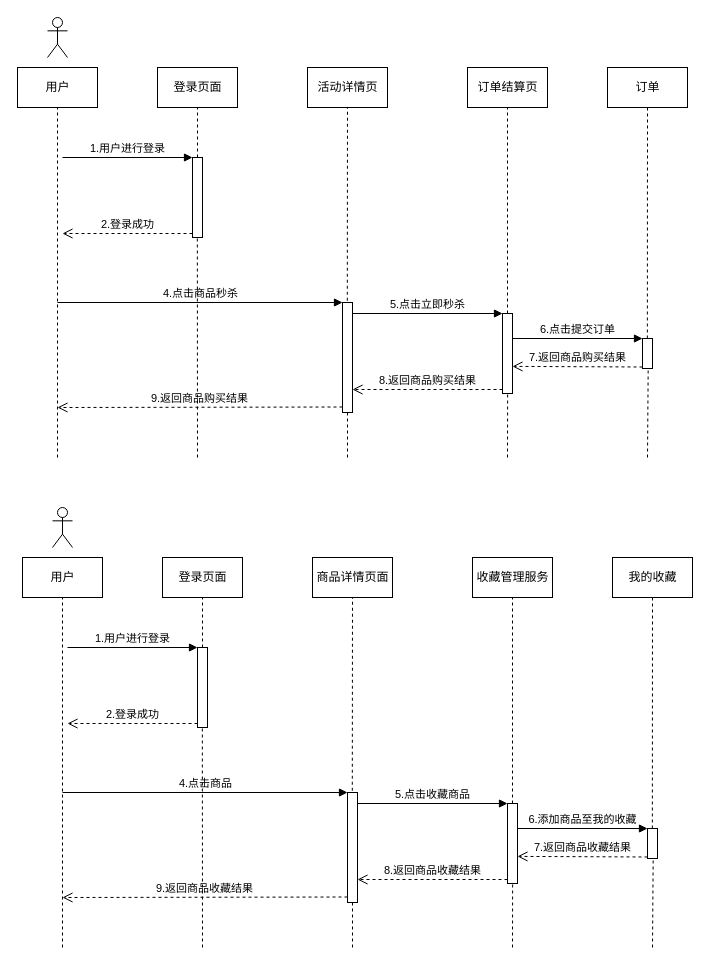
hongkingking/hkk keeps this draw.io diagram as page "Page-25" (20 of 23) of Untitled Diagram.drawio. Above is the earlier version. Source tidied: cells renumbered, new cells numbered last; positions are measured from the earlier drawing's top-left corner, leaving out a move shared by most shapes. Both pictures are drawn from the tidied source at 100%, with x=0, y=0 at pixel (17, 17).
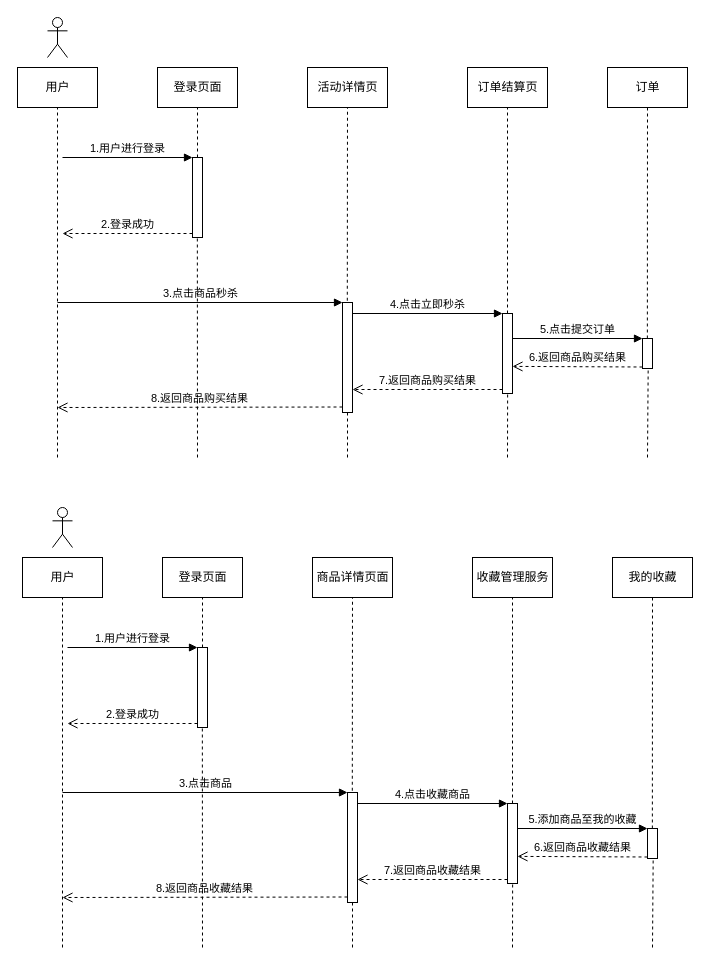
Above is the later version.

Unchanged cells that the change refers to:
```xml
<mxCell id="10" style="html=1;points=[];perimeter=orthogonalPerimeter;strokeWidth=1;" parent="1" vertex="1">
  <mxGeometry x="630" y="811" width="10" height="30" as="geometry" />
</mxCell>
<mxCell id="13" style="html=1;points=[];perimeter=orthogonalPerimeter;strokeWidth=1;" parent="1" vertex="1">
  <mxGeometry x="330" y="775" width="10" height="110" as="geometry" />
</mxCell>
<mxCell id="16" style="html=1;points=[];perimeter=orthogonalPerimeter;strokeWidth=1;" parent="1" vertex="1">
  <mxGeometry x="490" y="786" width="10" height="80" as="geometry" />
</mxCell>
<mxCell id="37" style="html=1;points=[];perimeter=orthogonalPerimeter;strokeWidth=1;" parent="1" vertex="1">
  <mxGeometry x="625" y="321" width="10" height="30" as="geometry" />
</mxCell>
<mxCell id="40" style="html=1;points=[];perimeter=orthogonalPerimeter;strokeWidth=1;" parent="1" vertex="1">
  <mxGeometry x="325" y="285" width="10" height="110" as="geometry" />
</mxCell>
<mxCell id="43" style="html=1;points=[];perimeter=orthogonalPerimeter;strokeWidth=1;" parent="1" vertex="1">
  <mxGeometry x="485" y="296" width="10" height="80" as="geometry" />
</mxCell>
```

Change to the diagram source:
```diff
@@
-    <mxCell id="11" value="6.添加商品至我的收藏" style="html=1;verticalAlign=bottom;endArrow=block;entryX=0;entryY=0;rounded=0;" parent="1" edge="1" target="10">
+    <mxCell id="11" value="5.添加商品至我的收藏" style="html=1;verticalAlign=bottom;endArrow=block;entryX=0;entryY=0;rounded=0;" parent="1" edge="1" target="10">
       <mxGeometry relative="1" as="geometry">
         <mxPoint x="500" y="811" as="sourcePoint" />
       </mxGeometry>
     </mxCell>
-    <mxCell id="12" value="7.返回商品收藏结果" style="html=1;verticalAlign=bottom;endArrow=open;dashed=1;endSize=8;exitX=0;exitY=0.95;rounded=0;entryX=0.996;entryY=0.449;entryDx=0;entryDy=0;entryPerimeter=0;" parent="1" edge="1" source="10">
+    <mxCell id="12" value="6.返回商品收藏结果" style="html=1;verticalAlign=bottom;endArrow=open;dashed=1;endSize=8;exitX=0;exitY=0.95;rounded=0;entryX=0.996;entryY=0.449;entryDx=0;entryDy=0;entryPerimeter=0;" parent="1" edge="1" source="10">
       <mxGeometry relative="1" as="geometry">
         <mxPoint x="500" y="838.9" as="targetPoint" />
       </mxGeometry>
     </mxCell>
@@
-    <mxCell id="14" value="4.点击商品" style="html=1;verticalAlign=bottom;endArrow=block;entryX=0;entryY=0;rounded=0;" parent="1" edge="1" target="13">
+    <mxCell id="14" value="3.点击商品" style="html=1;verticalAlign=bottom;endArrow=block;entryX=0;entryY=0;rounded=0;" parent="1" edge="1" target="13">
       <mxGeometry relative="1" as="geometry">
         <mxPoint x="45" y="775" as="sourcePoint" />
       </mxGeometry>
     </mxCell>
-    <mxCell id="15" value="9.返回商品收藏结果" style="html=1;verticalAlign=bottom;endArrow=open;dashed=1;endSize=8;exitX=0;exitY=0.95;rounded=0;" parent="1" edge="1" source="13">
+    <mxCell id="15" value="8.返回商品收藏结果" style="html=1;verticalAlign=bottom;endArrow=open;dashed=1;endSize=8;exitX=0;exitY=0.95;rounded=0;" parent="1" edge="1" source="13">
       <mxGeometry relative="1" as="geometry">
         <mxPoint x="45" y="880" as="targetPoint" />
       </mxGeometry>
     </mxCell>
@@
-    <mxCell id="17" value="5.点击收藏商品" style="html=1;verticalAlign=bottom;endArrow=block;entryX=0;entryY=0;rounded=0;" parent="1" edge="1" target="16">
+    <mxCell id="17" value="4.点击收藏商品" style="html=1;verticalAlign=bottom;endArrow=block;entryX=0;entryY=0;rounded=0;" parent="1" edge="1" target="16">
       <mxGeometry relative="1" as="geometry">
         <mxPoint x="340" y="786" as="sourcePoint" />
       </mxGeometry>
     </mxCell>
-    <mxCell id="18" value="8.返回商品收藏结果" style="html=1;verticalAlign=bottom;endArrow=open;dashed=1;endSize=8;exitX=0;exitY=0.95;rounded=0;" parent="1" edge="1" source="16">
+    <mxCell id="18" value="7.返回商品收藏结果" style="html=1;verticalAlign=bottom;endArrow=open;dashed=1;endSize=8;exitX=0;exitY=0.95;rounded=0;" parent="1" edge="1" source="16">
       <mxGeometry relative="1" as="geometry">
         <mxPoint x="340" y="862" as="targetPoint" />
       </mxGeometry>
     </mxCell>
@@
-    <mxCell id="38" value="6.点击提交订单" style="html=1;verticalAlign=bottom;endArrow=block;entryX=0;entryY=0;rounded=0;" parent="1" edge="1" target="37">
+    <mxCell id="38" value="5.点击提交订单" style="html=1;verticalAlign=bottom;endArrow=block;entryX=0;entryY=0;rounded=0;" parent="1" edge="1" target="37">
       <mxGeometry relative="1" as="geometry">
         <mxPoint x="495" y="321" as="sourcePoint" />
       </mxGeometry>
     </mxCell>
-    <mxCell id="39" value="7.返回商品购买结果" style="html=1;verticalAlign=bottom;endArrow=open;dashed=1;endSize=8;exitX=0;exitY=0.95;rounded=0;entryX=0.996;entryY=0.449;entryDx=0;entryDy=0;entryPerimeter=0;" parent="1" edge="1" source="37">
+    <mxCell id="39" value="6.返回商品购买结果" style="html=1;verticalAlign=bottom;endArrow=open;dashed=1;endSize=8;exitX=0;exitY=0.95;rounded=0;entryX=0.996;entryY=0.449;entryDx=0;entryDy=0;entryPerimeter=0;" parent="1" edge="1" source="37">
       <mxGeometry relative="1" as="geometry">
         <mxPoint x="495" y="348.9" as="targetPoint" />
       </mxGeometry>
     </mxCell>
@@
-    <mxCell id="41" value="4.点击商品秒杀" style="html=1;verticalAlign=bottom;endArrow=block;entryX=0;entryY=0;rounded=0;" parent="1" edge="1" target="40">
+    <mxCell id="41" value="3.点击商品秒杀" style="html=1;verticalAlign=bottom;endArrow=block;entryX=0;entryY=0;rounded=0;" parent="1" edge="1" target="40">
       <mxGeometry relative="1" as="geometry">
         <mxPoint x="40" y="285" as="sourcePoint" />
       </mxGeometry>
     </mxCell>
-    <mxCell id="42" value="9.返回商品购买结果" style="html=1;verticalAlign=bottom;endArrow=open;dashed=1;endSize=8;exitX=0;exitY=0.95;rounded=0;" parent="1" edge="1" source="40">
+    <mxCell id="42" value="8.返回商品购买结果" style="html=1;verticalAlign=bottom;endArrow=open;dashed=1;endSize=8;exitX=0;exitY=0.95;rounded=0;" parent="1" edge="1" source="40">
       <mxGeometry relative="1" as="geometry">
         <mxPoint x="40" y="390" as="targetPoint" />
       </mxGeometry>
     </mxCell>
@@
-    <mxCell id="44" value="5.点击立即秒杀" style="html=1;verticalAlign=bottom;endArrow=block;entryX=0;entryY=0;rounded=0;" parent="1" edge="1" target="43">
+    <mxCell id="44" value="4.点击立即秒杀" style="html=1;verticalAlign=bottom;endArrow=block;entryX=0;entryY=0;rounded=0;" parent="1" edge="1" target="43">
       <mxGeometry relative="1" as="geometry">
         <mxPoint x="335" y="296" as="sourcePoint" />
       </mxGeometry>
     </mxCell>
-    <mxCell id="45" value="8.返回商品购买结果" style="html=1;verticalAlign=bottom;endArrow=open;dashed=1;endSize=8;exitX=0;exitY=0.95;rounded=0;" parent="1" edge="1" source="43">
+    <mxCell id="45" value="7.返回商品购买结果" style="html=1;verticalAlign=bottom;endArrow=open;dashed=1;endSize=8;exitX=0;exitY=0.95;rounded=0;" parent="1" edge="1" source="43">
       <mxGeometry relative="1" as="geometry">
         <mxPoint x="335" y="372" as="targetPoint" />
       </mxGeometry>
     </mxCell>
```
